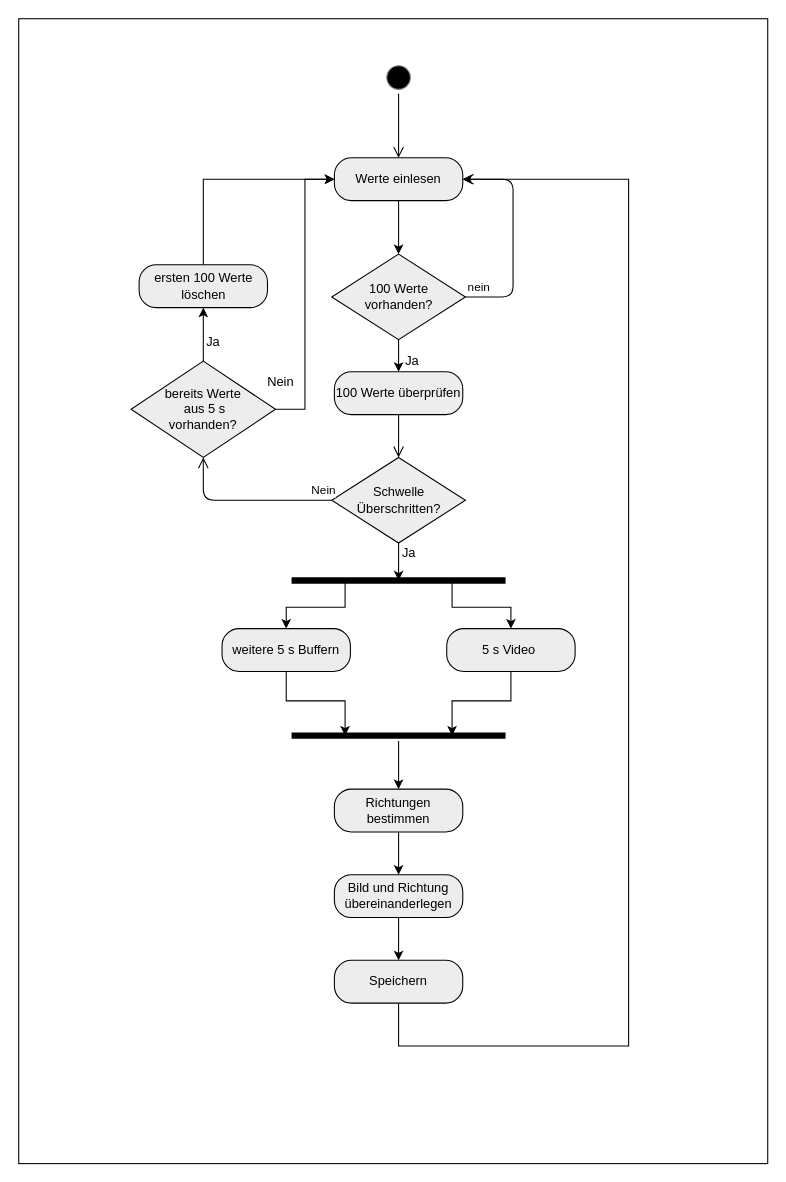
The draw.io diagram Dokumentenschleuse/Programmablauf.drawio in plastikpamaro/bachelorprojekt2020, before the edit. Source tidied: cells renumbered, new cells numbered last; positions are measured from the earlier drawing's top-left corner, leaving out a move shared by most shapes. Both pictures are drawn from the tidied source at 107%, with x=0, y=0 at pixel (18, 18).
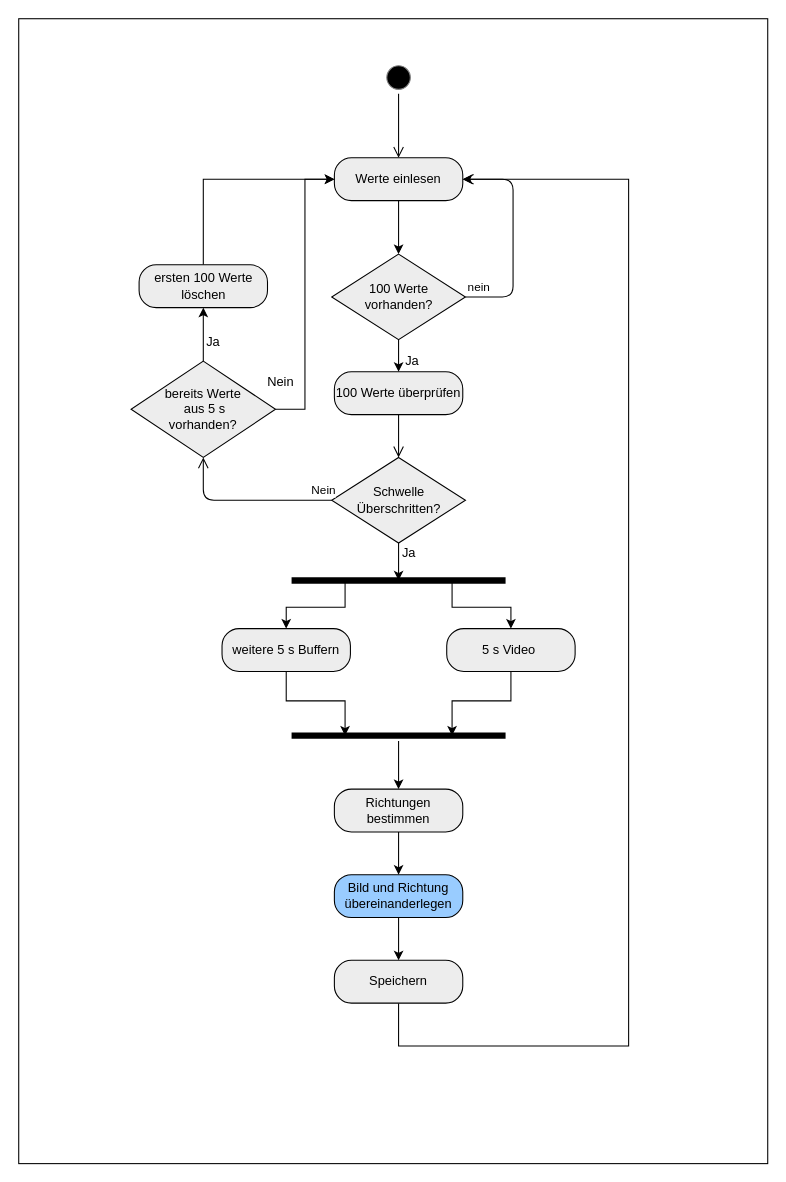
After the change.

Commit message (it also covers changes not shown here):
erster Test, programmablauf

Change to the diagram source:
```diff
@@
-    <mxCell id="24" value="Bild und Richtung übereinanderlegen" style="rounded=1;whiteSpace=wrap;html=1;arcSize=40;fontColor=#000000;fillColor=#EDEDED;" parent="4" vertex="1">
+    <mxCell id="24" value="Bild und Richtung übereinanderlegen" style="rounded=1;whiteSpace=wrap;html=1;arcSize=40;fontColor=#000000;fillColor=#99CCFF;" parent="4" vertex="1">
       <mxGeometry x="295" y="800" width="120" height="40" as="geometry" />
     </mxCell>
```
